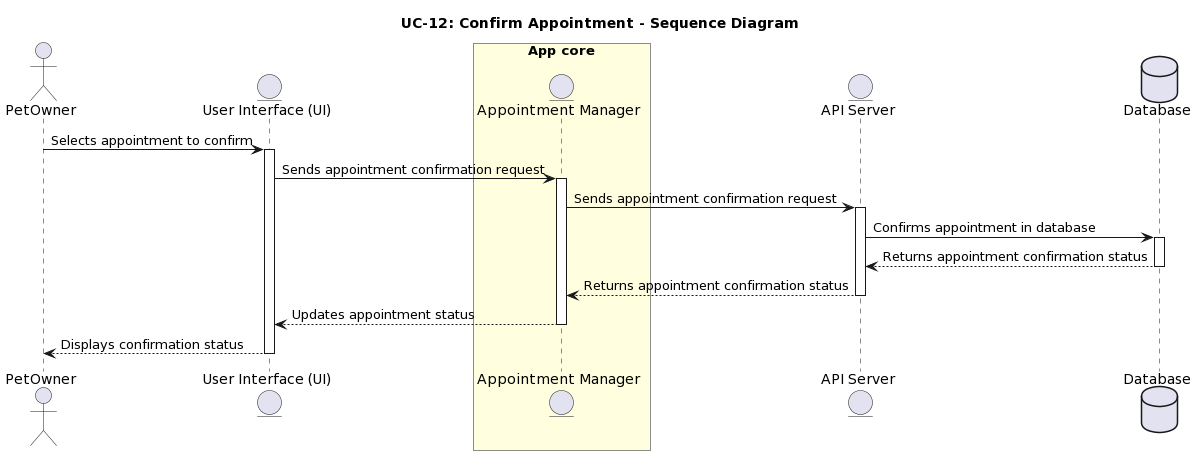
Before: Documents/PlantUML/UC-12_SEQUENCE_Diagram.png, a diagram exported from PlantUML (IrenePorta/PetSitters).
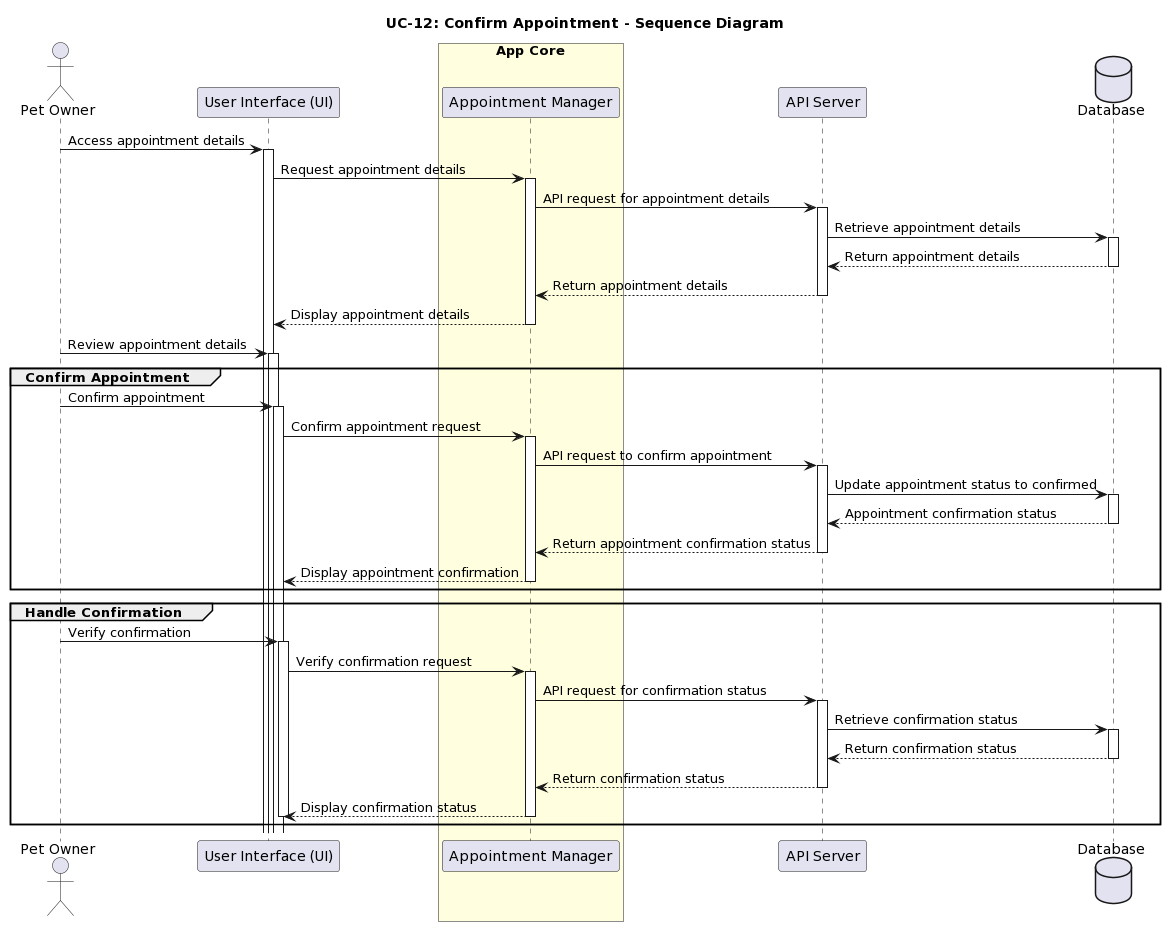
After the change.

Diff of the diagram source:
```diff
@@ -1,34 +1,62 @@
 @startuml
 title: UC-12: Confirm Appointment - Sequence Diagram
-actor PetOwner
-entity "User Interface (UI)" as UI
-box "App core" #LightYellow
-  entity "Appointment Manager" as AppCore
+actor "Pet Owner" as owner
+participant "User Interface (UI)" as ui
+box "App Core" #LightYellow
+  participant "Appointment Manager" as core
 end box
-entity "API Server" as API
-database "Database" as DB
+participant "API Server" as server
+database "Database" as db
 
-PetOwner -> UI : Selects appointment to confirm
-activate UI
+owner -> ui: Access appointment details
+activate ui
+ui -> core: Request appointment details
+activate core
+core -> server: API request for appointment details
+activate server
+server -> db: Retrieve appointment details
+activate db
+db --> server: Return appointment details
+deactivate db
+server --> core: Return appointment details
+deactivate server
+core --> ui: Display appointment details
+deactivate core
+owner -> ui: Review appointment details
+activate ui
 
-UI -> AppCore : Sends appointment confirmation request
-activate AppCore
+group Confirm Appointment
+    owner -> ui: Confirm appointment
+    activate ui
+    ui -> core: Confirm appointment request
+    activate core
+    core -> server: API request to confirm appointment
+    activate server
+    server -> db: Update appointment status to confirmed
+    activate db
+    db --> server: Appointment confirmation status
+    deactivate db
+    server --> core: Return appointment confirmation status
+    deactivate server
+    core --> ui: Display appointment confirmation
+    deactivate core
+end group
 
-AppCore -> API : Sends appointment confirmation request
-activate API
-
-API -> DB : Confirms appointment in database
-activate DB
-
-DB --> API : Returns appointment confirmation status
-deactivate DB
-
-API --> AppCore : Returns appointment confirmation status
-deactivate API
-
-AppCore --> UI : Updates appointment status
-deactivate AppCore
-
-UI --> PetOwner : Displays confirmation status
-deactivate UI
+group Handle Confirmation
+    owner -> ui: Verify confirmation
+    activate ui
+    ui -> core: Verify confirmation request
+    activate core
+    core -> server: API request for confirmation status
+    activate server
+    server -> db: Retrieve confirmation status
+    activate db
+    db --> server: Return confirmation status
+    deactivate db
+    server --> core: Return confirmation status
+    deactivate server
+    core --> ui: Display confirmation status
+    deactivate core
+    deactivate ui
+end group
 @enduml
```
